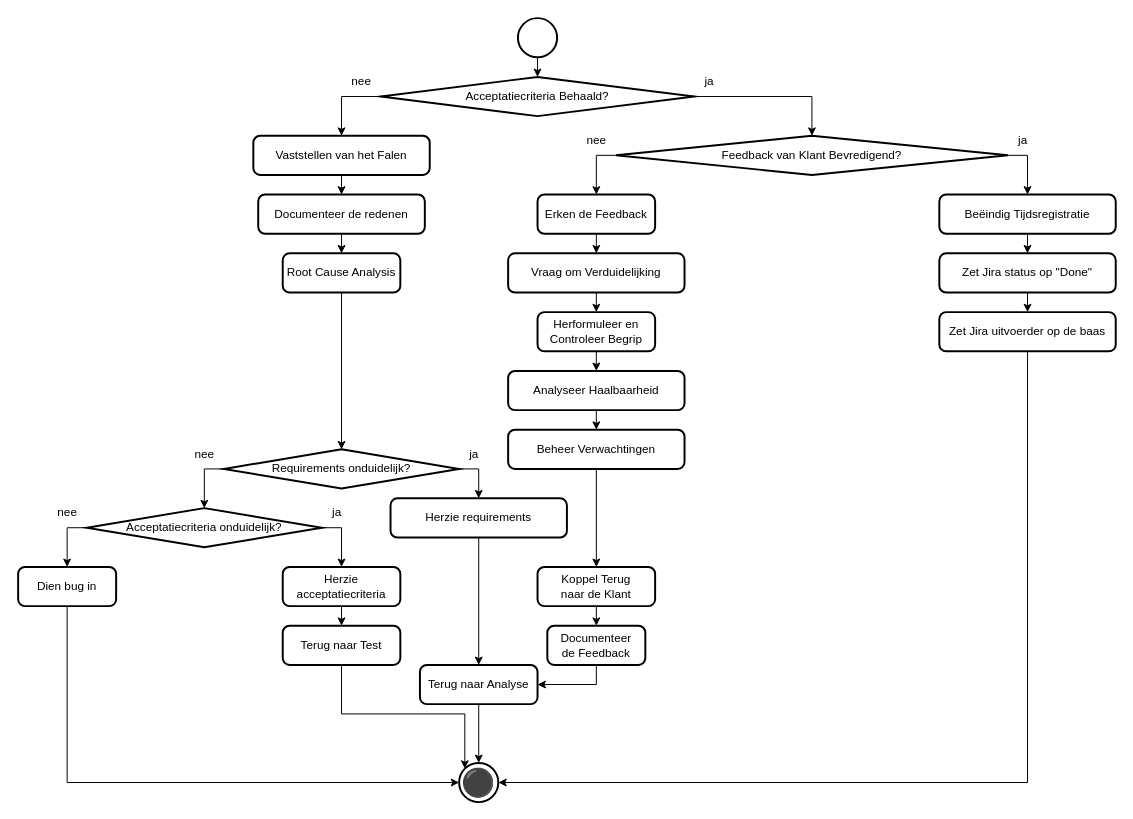
Zaibatsu89/IssueTracker keeps this draw.io diagram as 6 Issue Tracker review.drawio. Above is the earlier version. Source tidied: cells renumbered, new cells numbered last; positions are measured from the earlier drawing's top-left corner, leaving out a move shared by most shapes. Both pictures are drawn from the tidied source at 98%, with x=0, y=0 at pixel (18, 18).
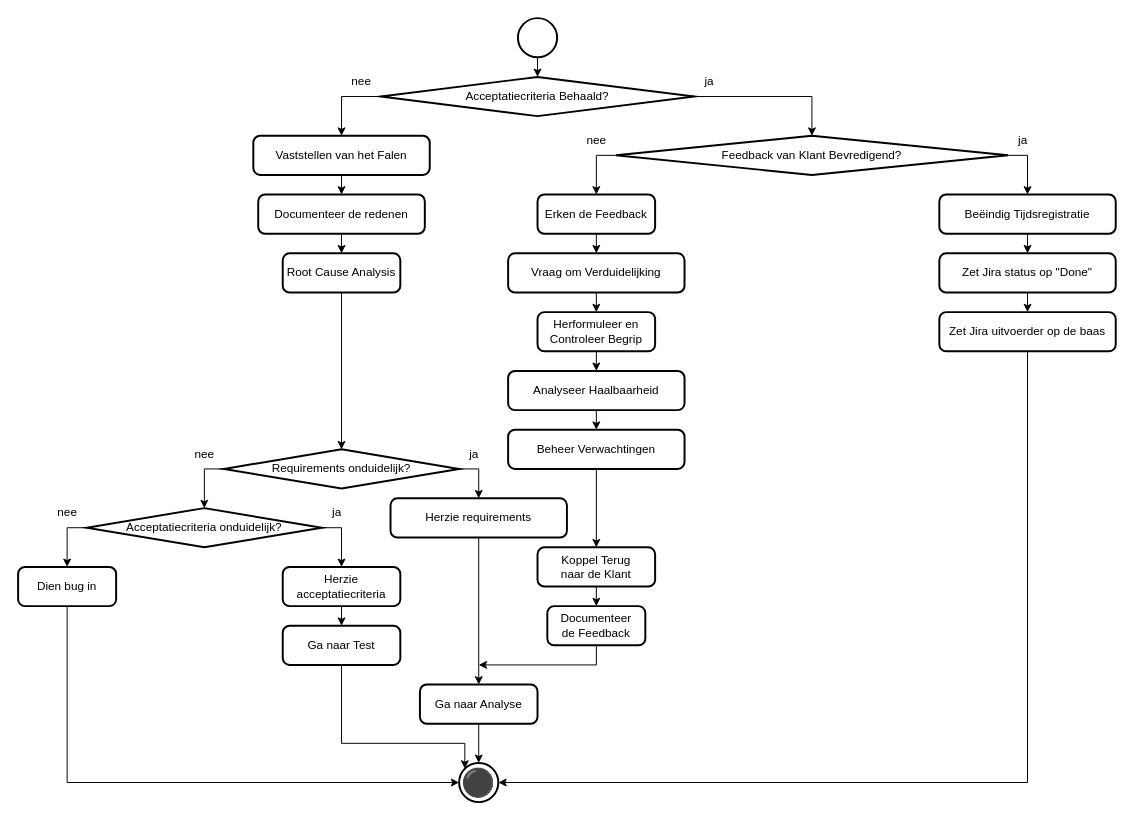
The same page after the edit.

Unchanged cells that the change refers to:
```xml
<mxCell id="21" value="⚫" style="strokeWidth=2;html=1;shape=mxgraph.flowchart.start_2;whiteSpace=wrap;fontSize=28;" parent="1" vertex="1">
  <mxGeometry x="450" y="760" width="40" height="40" as="geometry" />
</mxCell>
```

The edit, as a diff of the source:
```diff
@@
-    <mxCell id="31" value="Terug naar Analyse" style="rounded=1;whiteSpace=wrap;html=1;absoluteArcSize=1;arcSize=14;strokeWidth=2;" parent="1" vertex="1">
-      <mxGeometry x="410" y="660" width="120" height="40" as="geometry" />
+    <mxCell id="31" value="Ga naar Analyse" style="rounded=1;whiteSpace=wrap;html=1;absoluteArcSize=1;arcSize=14;strokeWidth=2;" parent="1" vertex="1">
+      <mxGeometry x="410" y="680" width="120" height="40" as="geometry" />
     </mxCell>
@@
-    <mxCell id="41" value="Terug naar Test" style="rounded=1;whiteSpace=wrap;html=1;absoluteArcSize=1;arcSize=14;strokeWidth=2;" parent="1" vertex="1">
+    <mxCell id="41" value="Ga naar Test" style="rounded=1;whiteSpace=wrap;html=1;absoluteArcSize=1;arcSize=14;strokeWidth=2;" parent="1" vertex="1">
       <mxGeometry x="270" y="620" width="120" height="40" as="geometry" />
     </mxCell>
@@
-    <mxCell id="43" style="edgeStyle=orthogonalEdgeStyle;rounded=0;jettySize=auto;html=1;exitX=0.5;exitY=1;exitDx=0;exitDy=0;entryX=0.145;entryY=0.145;entryDx=0;entryDy=0;entryPerimeter=0;" parent="1" edge="1" source="41" target="21">
-      <mxGeometry relative="1" as="geometry" />
-    </mxCell>
@@
     <mxCell id="58" value="Koppel Terug&lt;br&gt;naar de Klant" style="rounded=1;whiteSpace=wrap;html=1;absoluteArcSize=1;arcSize=14;strokeWidth=2;" parent="1" vertex="1">
-      <mxGeometry x="530" y="560" width="120" height="40" as="geometry" />
+      <mxGeometry x="530" y="540" width="120" height="40" as="geometry" />
     </mxCell>
-    <mxCell id="59" style="edgeStyle=orthogonalEdgeStyle;rounded=0;jettySize=auto;html=1;exitX=0.5;exitY=1;exitDx=0;exitDy=0;entryX=1;entryY=0.5;entryDx=0;entryDy=0;" parent="1" edge="1" source="60" target="31">
-      <mxGeometry relative="1" as="geometry" />
-    </mxCell>
+    <mxCell id="61" style="edgeStyle=orthogonalEdgeStyle;rounded=0;jettySize=auto;html=1;exitX=0.5;exitY=1;exitDx=0;exitDy=0;" parent="1" edge="1" source="60">
+      <mxGeometry relative="1" as="geometry">
+        <mxPoint x="470" y="660" as="targetPoint" />
+        <Array as="points">
+          <mxPoint x="590" y="660" />
+        </Array>
+      </mxGeometry>
+    </mxCell>
     <mxCell id="60" value="Documenteer&lt;br&gt;de Feedback" style="rounded=1;whiteSpace=wrap;html=1;absoluteArcSize=1;arcSize=14;strokeWidth=2;" parent="1" vertex="1">
-      <mxGeometry x="540" y="620" width="100" height="40" as="geometry" />
+      <mxGeometry x="540" y="600" width="100" height="40" as="geometry" />
     </mxCell>
+    <mxCell id="43" style="edgeStyle=orthogonalEdgeStyle;rounded=0;jettySize=auto;html=1;exitX=0.5;exitY=1;exitDx=0;exitDy=0;entryX=0.145;entryY=0.145;entryDx=0;entryDy=0;entryPerimeter=0;" parent="1" edge="1" source="41" target="21">
+      <mxGeometry relative="1" as="geometry">
+        <Array as="points">
+          <mxPoint x="330" y="740" />
+          <mxPoint x="456" y="740" />
+        </Array>
+      </mxGeometry>
+    </mxCell>
```
